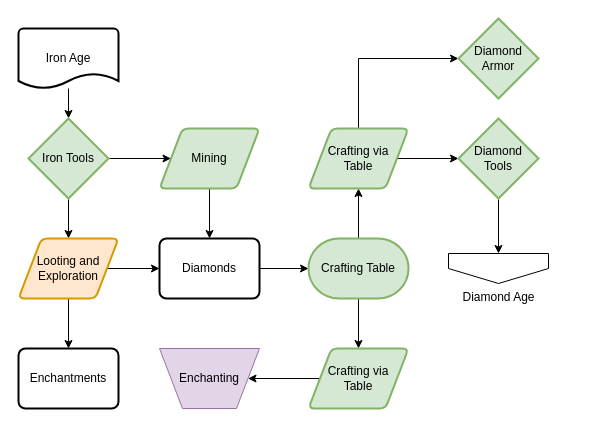
MeepishRealms/Cog keeps this draw.io diagram as page "Iron Age" (6 of 7) of flowcharts/progression.drawio. Above is the earlier version. Source tidied: cells renumbered, new cells numbered last; positions are measured from the earlier drawing's top-left corner, leaving out a move shared by most shapes. Both pictures are drawn from the tidied source at 100%, with x=0, y=0 at pixel (18, 18).
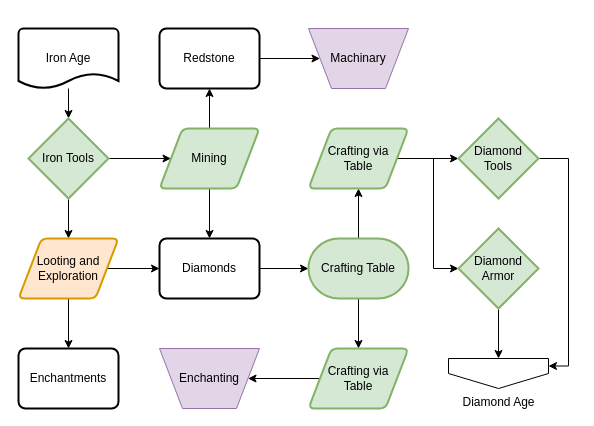
Above is the later version.

Unchanged cells that the change refers to:
```xml
<mxCell id="11" value="Mining" style="shape=parallelogram;html=1;strokeWidth=2;perimeter=parallelogramPerimeter;whiteSpace=wrap;rounded=1;arcSize=12;size=0.23;fillColor=#d5e8d4;strokeColor=#82b366;" parent="1" vertex="1">
  <mxGeometry x="141" y="110" width="100" height="60" as="geometry" />
</mxCell>
<mxCell id="19" value="Crafting via&lt;br&gt;Table" style="shape=parallelogram;html=1;strokeWidth=2;perimeter=parallelogramPerimeter;whiteSpace=wrap;rounded=1;arcSize=12;size=0.23;fillColor=#d5e8d4;strokeColor=#82b366;" parent="1" vertex="1">
  <mxGeometry x="290" y="110" width="100" height="60" as="geometry" />
</mxCell>
<mxCell id="21" value="Diamond&lt;br&gt;Tools" style="strokeWidth=2;html=1;shape=mxgraph.flowchart.decision;whiteSpace=wrap;fillColor=#d5e8d4;strokeColor=#82b366;" parent="1" vertex="1">
  <mxGeometry x="440" y="100" width="80" height="80" as="geometry" />
</mxCell>
```

What changed in the source:
```diff
@@
+    <mxCell id="28" style="edgeStyle=orthogonalEdgeStyle;rounded=0;jettySize=auto;html=1;" parent="1" edge="1" source="11" target="31">
+      <mxGeometry relative="1" as="geometry" />
+    </mxCell>
@@
-    <mxCell id="18" style="edgeStyle=orthogonalEdgeStyle;rounded=0;jettySize=auto;html=1;exitX=0.5;exitY=0;exitDx=0;exitDy=0;entryX=0;entryY=0.5;entryDx=0;entryDy=0;entryPerimeter=0;" parent="1" edge="1" source="19" target="22">
+    <mxCell id="18" style="edgeStyle=orthogonalEdgeStyle;rounded=0;jettySize=auto;html=1;exitX=1;exitY=0.5;exitDx=0;exitDy=0;entryX=0;entryY=0.5;entryDx=0;entryDy=0;entryPerimeter=0;" parent="1" edge="1" source="19" target="22">
       <mxGeometry relative="1" as="geometry" />
     </mxCell>
@@
-    <mxCell id="20" style="edgeStyle=orthogonalEdgeStyle;rounded=0;jettySize=auto;html=1;" parent="1" edge="1" source="21" target="23">
+    <mxCell id="20" style="edgeStyle=orthogonalEdgeStyle;rounded=0;jettySize=auto;html=1;exitX=1;exitY=0.5;exitDx=0;exitDy=0;exitPerimeter=0;entryX=1;entryY=0.25;entryDx=0;entryDy=0;" parent="1" edge="1" source="21" target="23">
       <mxGeometry relative="1" as="geometry" />
     </mxCell>
@@
+    <mxCell id="29" style="edgeStyle=orthogonalEdgeStyle;rounded=0;jettySize=auto;html=1;exitX=0.5;exitY=1;exitDx=0;exitDy=0;exitPerimeter=0;entryX=0.5;entryY=0;entryDx=0;entryDy=0;" parent="1" edge="1" source="22" target="23">
+      <mxGeometry relative="1" as="geometry" />
+    </mxCell>
     <mxCell id="22" value="Diamond&lt;br&gt;Armor" style="strokeWidth=2;html=1;shape=mxgraph.flowchart.decision;whiteSpace=wrap;fillColor=#d5e8d4;strokeColor=#82b366;" parent="1" vertex="1">
-      <mxGeometry x="440" width="80" height="80" as="geometry" />
+      <mxGeometry x="440" y="210" width="80" height="80" as="geometry" />
     </mxCell>
     <mxCell id="23" value="Diamond Age" style="verticalLabelPosition=bottom;verticalAlign=top;html=1;shape=offPageConnector;rounded=0;size=0.5;" parent="1" vertex="1">
-      <mxGeometry x="430" y="235" width="100" height="30" as="geometry" />
+      <mxGeometry x="430" y="340" width="100" height="30" as="geometry" />
     </mxCell>
@@
+    <mxCell id="30" style="edgeStyle=orthogonalEdgeStyle;rounded=0;jettySize=auto;html=1;" parent="1" edge="1" source="31" target="32">
+      <mxGeometry relative="1" as="geometry" />
+    </mxCell>
+    <mxCell id="31" value="Redstone" style="rounded=1;whiteSpace=wrap;html=1;absoluteArcSize=1;arcSize=14;strokeWidth=2;" parent="1" vertex="1">
+      <mxGeometry x="141" y="10" width="100" height="60" as="geometry" />
+    </mxCell>
+    <mxCell id="32" value="Machinary" style="verticalLabelPosition=middle;verticalAlign=middle;html=1;shape=trapezoid;perimeter=trapezoidPerimeter;whiteSpace=wrap;size=0.23;arcSize=10;flipV=1;labelPosition=center;align=center;fillColor=#e1d5e7;strokeColor=#9673a6;" parent="1" vertex="1">
+      <mxGeometry x="290" y="10" width="100" height="60" as="geometry" />
+    </mxCell>
```
